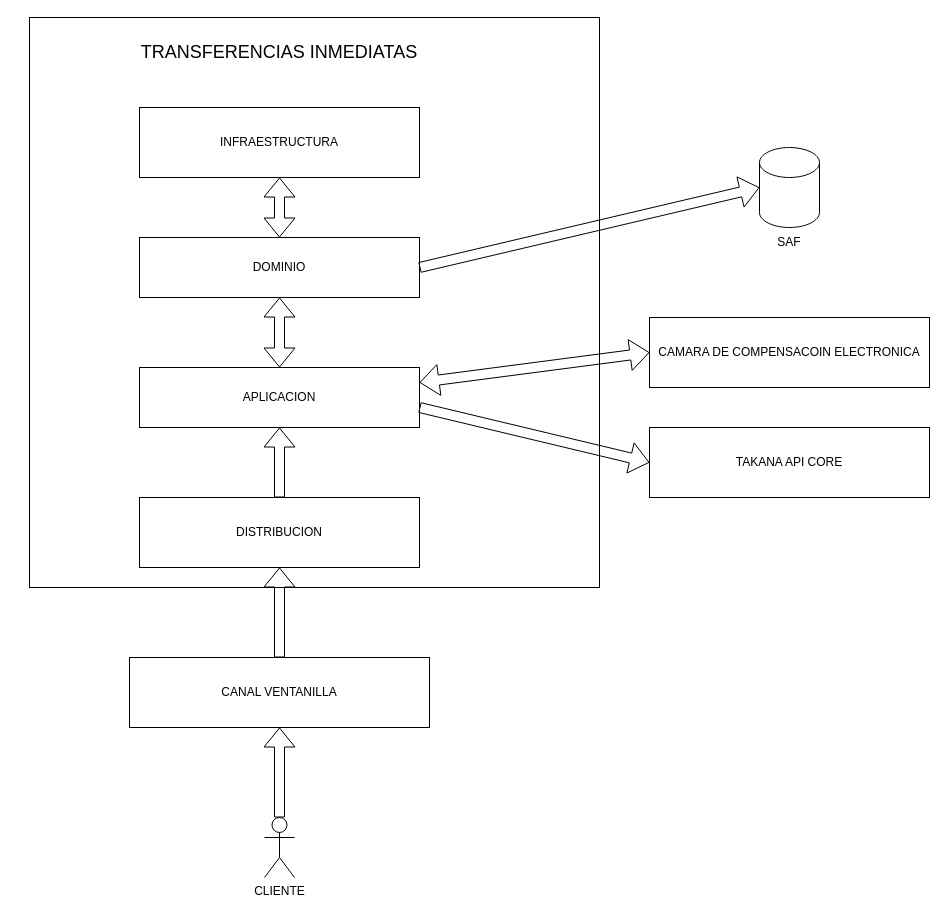
This is page "Arquitectura" (8 of 10) of Diagramas.drawio from Richard-MJ/CMACT, a draw.io file, before an edit. Source tidied: cells renumbered, new cells numbered last; positions are measured from the earlier drawing's top-left corner, leaving out a move shared by most shapes. Both pictures are drawn from the tidied source at 100%, with x=0, y=0 at pixel (29, 17).
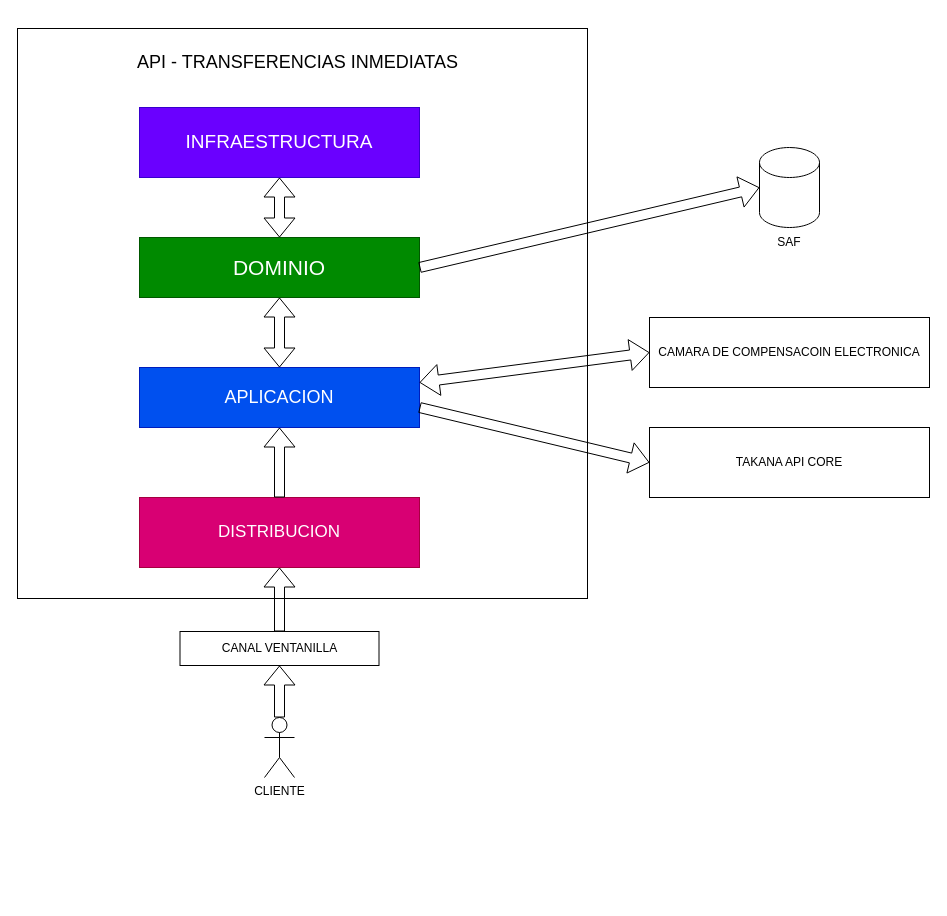
After the change.

What changed in the source:
```diff
@@
     <mxCell id="2" style="whiteSpace=wrap;html=1;" parent="1" vertex="1">
-      <mxGeometry width="570" height="570" as="geometry" />
+      <mxGeometry x="-12" y="11" width="570" height="570" as="geometry" />
     </mxCell>
-    <mxCell id="3" value="INFRAESTRUCTURA" style="rounded=0;whiteSpace=wrap;html=1;" parent="1" vertex="1">
+    <mxCell id="3" value="&lt;font style=&quot;font-size: 19px;&quot;&gt;INFRAESTRUCTURA&lt;/font&gt;" style="rounded=0;whiteSpace=wrap;html=1;fillColor=#6a00ff;fontColor=#ffffff;strokeColor=#3700CC;" parent="1" vertex="1">
       <mxGeometry x="110" y="90" width="280" height="70" as="geometry" />
     </mxCell>
-    <mxCell id="4" value="DOMINIO" style="rounded=0;whiteSpace=wrap;html=1;" parent="1" vertex="1">
+    <mxCell id="4" value="&lt;font style=&quot;font-size: 21px;&quot;&gt;DOMINIO&lt;/font&gt;" style="rounded=0;whiteSpace=wrap;html=1;fillColor=#008a00;fontColor=#ffffff;strokeColor=#005700;" parent="1" vertex="1">
       <mxGeometry x="110" y="220" width="280" height="60" as="geometry" />
     </mxCell>
-    <mxCell id="5" value="APLICACION" style="rounded=0;whiteSpace=wrap;html=1;" parent="1" vertex="1">
+    <mxCell id="5" value="&lt;font style=&quot;font-size: 18px;&quot;&gt;APLICACION&lt;/font&gt;" style="rounded=0;whiteSpace=wrap;html=1;fillColor=#0050ef;fontColor=#ffffff;strokeColor=#001DBC;" parent="1" vertex="1">
       <mxGeometry x="110" y="350" width="280" height="60" as="geometry" />
     </mxCell>
-    <mxCell id="6" value="DISTRIBUCION" style="rounded=0;whiteSpace=wrap;html=1;" parent="1" vertex="1">
+    <mxCell id="6" value="&lt;font style=&quot;font-size: 17px;&quot;&gt;DISTRIBUCION&lt;/font&gt;" style="rounded=0;whiteSpace=wrap;html=1;fillColor=#d80073;fontColor=#ffffff;strokeColor=#A50040;" parent="1" vertex="1">
       <mxGeometry x="110" y="480" width="280" height="70" as="geometry" />
     </mxCell>
@@
-    <mxCell id="10" value="&lt;font style=&quot;font-size: 18px;&quot;&gt;TRANSFERENCIAS INMEDIATAS&lt;/font&gt;" style="text;html=1;strokeColor=none;fillColor=none;align=center;verticalAlign=middle;whiteSpace=wrap;rounded=0;" parent="1" vertex="1">
-      <mxGeometry x="95" y="20" width="310" height="30" as="geometry" />
+    <mxCell id="10" value="&lt;font style=&quot;font-size: 18px;&quot;&gt;API - TRANSFERENCIAS INMEDIATAS&lt;/font&gt;" style="text;html=1;strokeColor=none;fillColor=none;align=center;verticalAlign=middle;whiteSpace=wrap;rounded=0;" parent="1" vertex="1">
+      <mxGeometry x="60" y="30" width="417" height="30" as="geometry" />
     </mxCell>
@@
     <mxCell id="15" value="CLIENTE" style="shape=umlActor;verticalLabelPosition=bottom;verticalAlign=top;html=1;outlineConnect=0;" parent="1" vertex="1">
-      <mxGeometry x="235" y="800" width="30" height="60" as="geometry" />
+      <mxGeometry x="235" y="700" width="30" height="60" as="geometry" />
     </mxCell>
     <mxCell id="16" value="CANAL VENTANILLA" style="rounded=0;whiteSpace=wrap;html=1;" parent="1" vertex="1">
-      <mxGeometry x="100" y="640" width="300" height="70" as="geometry" />
+      <mxGeometry x="150.5" y="614" width="199" height="34" as="geometry" />
     </mxCell>
```
